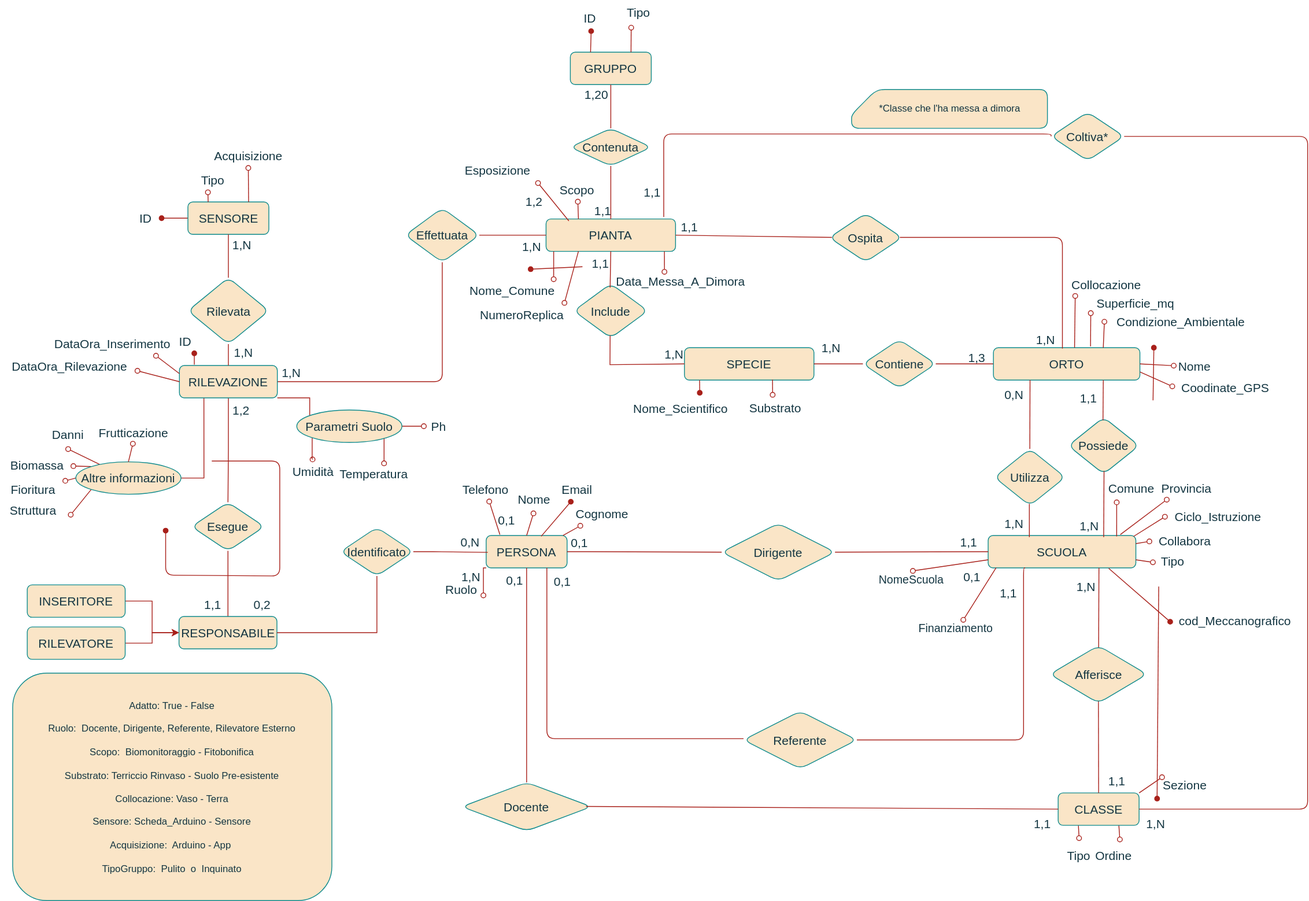
This is Parte I - Progettazione Logica/Aggiuntivi/DiagrammaNonRistrutturato.svg from andrewasterix/BD, a draw.io export, as it was before one commit. Source tidied: cells renumbered, new cells last; positions are measured from the earlier drawing's top-left corner, leaving out a move shared by most shapes.
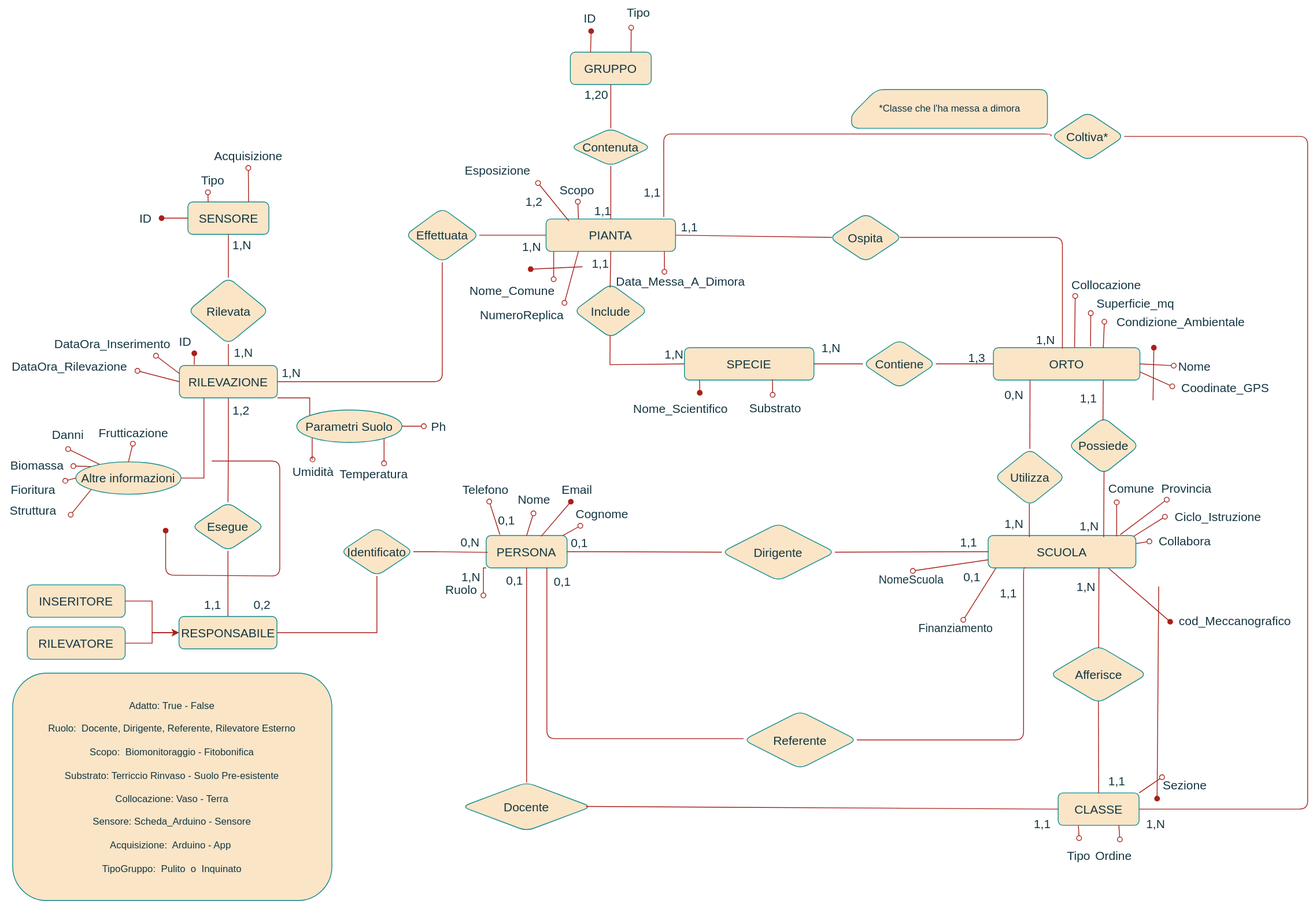
The same file after the commit.

Commit message:
ER tolto Tipo da Scuola

Change to the diagram source:
```diff
@@ -240,9 +240,6 @@
     <mxCell id="67" value="Collabora" style="text;html=1;align=center;verticalAlign=middle;points=[];strokeColor=none;fillColor=none;fontSize=15;fontFamily=Helvetica;labelBackgroundColor=none;rounded=1;fontColor=#143642;" parent="1" vertex="1">
       <mxGeometry x="1418" y="653" width="90" height="30" as="geometry" />
     </mxCell>
-    <mxCell id="68" value="Tipo" style="text;html=1;align=center;verticalAlign=middle;points=[];strokeColor=none;fillColor=none;fontSize=15;fontFamily=Helvetica;labelBackgroundColor=none;rotation=0;rounded=1;fontColor=#143642;" parent="1" vertex="1">
-      <mxGeometry x="1422.8" y="678" width="50" height="30" as="geometry" />
-    </mxCell>
     <mxCell id="69" value="Comune" style="text;html=1;align=center;verticalAlign=middle;points=[];strokeColor=none;fillColor=none;fontSize=15;fontFamily=Helvetica;labelBackgroundColor=none;rounded=1;fontColor=#143642;" parent="1" vertex="1">
       <mxGeometry x="1356.8" y="588" width="80" height="30" as="geometry" />
     </mxCell>
@@ -369,9 +366,6 @@
     <mxCell id="108" style="edgeStyle=none;shape=connector;rounded=1;jettySize=auto;html=1;exitX=1;exitY=0.25;exitDx=0;exitDy=0;exitPerimeter=0;labelBackgroundColor=none;fontFamily=Helvetica;fontSize=15;fontColor=default;endArrow=oval;endFill=0;entryX=0.016;entryY=0.51;entryDx=0;entryDy=0;entryPerimeter=0;strokeColor=#A8201A;" parent="1" edge="1" source="2" target="67">
       <mxGeometry relative="1" as="geometry" />
     </mxCell>
-    <mxCell id="109" style="edgeStyle=none;shape=connector;rounded=1;jettySize=auto;html=1;labelBackgroundColor=none;fontFamily=Helvetica;fontSize=15;fontColor=default;endArrow=oval;endFill=0;entryX=0.021;entryY=0.538;entryDx=0;entryDy=0;entryPerimeter=0;strokeColor=#A8201A;exitX=1;exitY=0.75;exitDx=0;exitDy=0;exitPerimeter=0;" parent="1" edge="1" source="2" target="68">
-      <mxGeometry relative="1" as="geometry" />
-    </mxCell>
     <mxCell id="110" style="edgeStyle=none;rounded=1;jettySize=auto;html=1;endArrow=oval;endFill=1;labelBackgroundColor=none;fontFamily=Helvetica;fontSize=15;fontColor=default;shape=connector;strokeColor=#A8201A;entryX=0.001;entryY=0.552;entryDx=0;entryDy=0;entryPerimeter=0;exitX=0.816;exitY=1.015;exitDx=0;exitDy=0;exitPerimeter=0;" parent="1" edge="1" source="2" target="66">
       <mxGeometry relative="1" as="geometry" />
     </mxCell>
```
